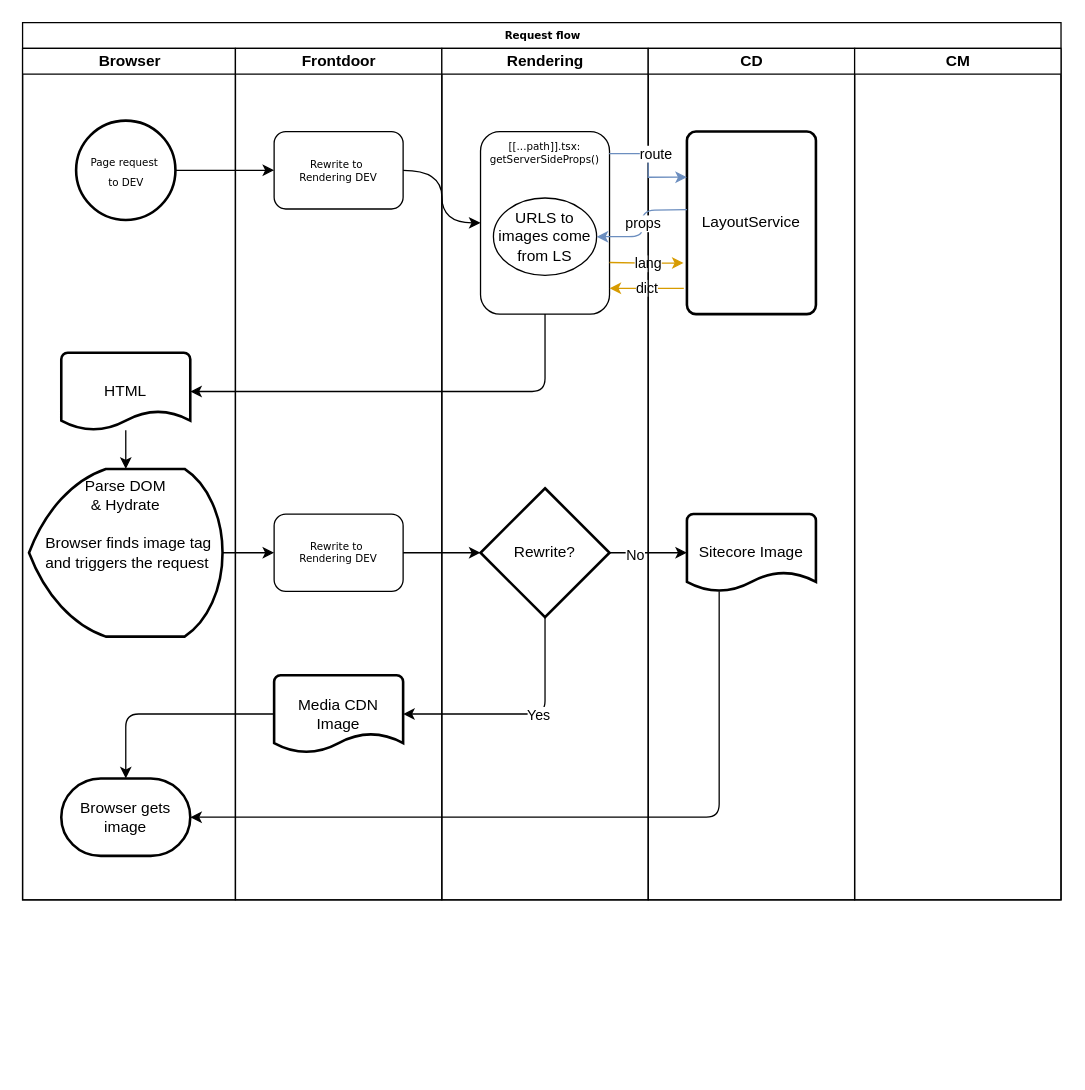
Earlier version of the draw.io diagram ZXP-media-urls-flow.drawio (orioltf/draw-io-charts). Source tidied: cells renumbered, new cells numbered last; positions are measured from the earlier drawing's top-left corner, leaving out a move shared by most shapes. Both pictures are drawn from the tidied source at 129%, with x=0, y=0 at pixel (22, 22).
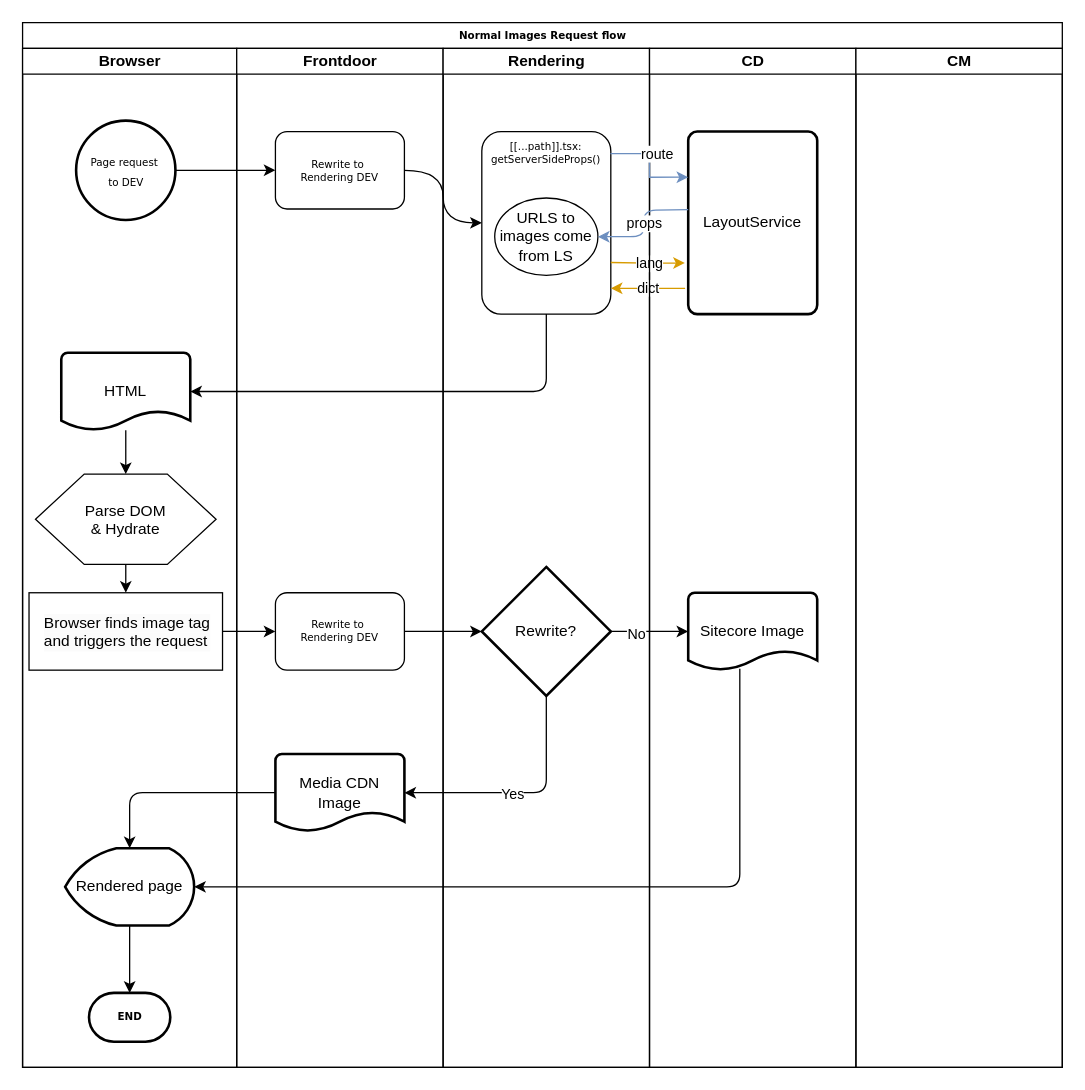
Above is the later version.

Commit message:
Fix Browser rendering process in ZXP-media-urls-flow.drawio

The change refers to these unchanged cells:
```xml
<mxCell id="5" value="HTML" style="strokeWidth=2;html=1;shape=mxgraph.flowchart.document2;whiteSpace=wrap;size=0.25;" parent="3" vertex="1">
  <mxGeometry x="30" y="236" width="100" height="60" as="geometry" />
</mxCell>
<mxCell id="36" style="edgeStyle=orthogonalEdgeStyle;rounded=1;jettySize=auto;html=1;entryX=1;entryY=0.5;entryDx=0;entryDy=0;entryPerimeter=0;exitX=0.5;exitY=1;exitDx=0;exitDy=0;exitPerimeter=0;curved=0;" parent="2" edge="1" source="22" target="14">
  <mxGeometry relative="1" as="geometry" />
</mxCell>
```

Diff of the diagram source:
```diff
@@
-    <mxCell id="2" value="Request flow" style="swimlane;html=1;startSize=20;rounded=0;shadow=0;labelBackgroundColor=none;strokeWidth=1;fontFamily=Verdana;fontSize=8;align=center;" parent="1" vertex="1">
-      <mxGeometry width="805" height="680" as="geometry" />
+    <mxCell id="2" value="Normal Images Request flow" style="swimlane;html=1;startSize=20;rounded=0;shadow=0;labelBackgroundColor=none;strokeWidth=1;fontFamily=Verdana;fontSize=8;align=center;" parent="1" vertex="1">
+      <mxGeometry width="806" height="810" as="geometry" />
     </mxCell>
     <mxCell id="3" value="Browser" style="swimlane;html=1;startSize=20;" parent="2" vertex="1">
-      <mxGeometry y="20" width="165" height="660" as="geometry" />
+      <mxGeometry y="20" width="166" height="790" as="geometry" />
     </mxCell>
@@
+    <mxCell id="42" style="edgeStyle=orthogonalEdgeStyle;rounded=0;jettySize=auto;html=1;entryX=0.5;entryY=0;entryDx=0;entryDy=0;fontFamily=Helvetica;fontSize=12;fontColor=default;" parent="3" edge="1" source="5" target="44">
+      <mxGeometry relative="1" as="geometry" />
+    </mxCell>
@@
-    <mxCell id="6" style="edgeStyle=orthogonalEdgeStyle;rounded=0;jettySize=auto;html=1;entryX=0.5;entryY=0;entryDx=0;entryDy=0;entryPerimeter=0;" parent="3" edge="1" source="5" target="8">
-      <mxGeometry relative="1" as="geometry" />
-    </mxCell>
-    <mxCell id="7" style="group;" parent="3" vertex="1">
-      <mxGeometry x="5" y="326" width="161" height="130" as="geometry" />
-    </mxCell>
+    <mxCell id="43" style="group;" parent="3" vertex="1">
+      <mxGeometry x="11" y="330" width="140" height="70" as="geometry" />
+    </mxCell>
+    <mxCell id="44" style="verticalLabelPosition=bottom;verticalAlign=top;html=1;shape=hexagon;perimeter=hexagonPerimeter2;arcSize=6;size=0.27;align=center;fontFamily=Helvetica;fontSize=12;fontColor=default;fillColor=none;gradientColor=none;" parent="43" vertex="1">
+      <mxGeometry x="-1" width="140" height="70" as="geometry" />
+    </mxCell>
-    <mxCell id="8" value="&lt;div&gt;&lt;span style=&quot;background-color: initial;&quot;&gt;Parse DOM&lt;/span&gt;&lt;br&gt;&lt;/div&gt;&lt;div&gt;&amp;amp; Hydrate&lt;/div&gt;" style="strokeWidth=2;html=1;shape=mxgraph.flowchart.display;whiteSpace=wrap;verticalAlign=top;" parent="7" vertex="1">
-      <mxGeometry width="150" height="130" as="geometry" />
+    <mxCell id="8" value="&lt;div&gt;&lt;span style=&quot;background-color: initial;&quot;&gt;Parse DOM&lt;/span&gt;&lt;br&gt;&lt;/div&gt;&lt;div&gt;&amp;amp; Hydrate&lt;/div&gt;" style="whiteSpace=wrap;html=1;align=center;verticalAlign=top;fontFamily=Helvetica;fontSize=12;fontColor=default;fillColor=none;gradientColor=none;strokeColor=none;" parent="43" vertex="1">
+      <mxGeometry x="29" y="15" width="80" height="40" as="geometry" />
     </mxCell>
+    <mxCell id="45" style="edgeStyle=orthogonalEdgeStyle;rounded=0;jettySize=auto;html=1;fontFamily=Helvetica;fontSize=12;fontColor=default;" parent="3" edge="1" source="44" target="47">
+      <mxGeometry relative="1" as="geometry" />
+    </mxCell>
+    <mxCell id="46" style="group;rounded=1;" parent="3" vertex="1">
+      <mxGeometry x="6" y="422" width="150" height="60" as="geometry" />
+    </mxCell>
+    <mxCell id="47" style="whiteSpace=wrap;html=1;verticalAlign=top;fillColor=none;arcSize=6;gradientColor=none;" parent="46" vertex="1">
+      <mxGeometry x="-1" width="150" height="60" as="geometry" />
+    </mxCell>
-    <mxCell id="9" value="Browser finds image tag&lt;div&gt;and triggers the request&lt;/div&gt;" style="text;html=1;align=left;verticalAlign=middle;strokeColor=none;fillColor=none;" parent="7" vertex="1">
-      <mxGeometry x="11" y="45" width="150" height="40" as="geometry" />
+    <mxCell id="9" value="&lt;span style=&quot;color: rgb(0, 0, 0); font-family: Helvetica; font-size: 12px; font-style: normal; font-variant-ligatures: normal; font-variant-caps: normal; font-weight: 400; letter-spacing: normal; orphans: 2; text-align: left; text-indent: 0px; text-transform: none; widows: 2; word-spacing: 0px; -webkit-text-stroke-width: 0px; white-space: nowrap; background-color: rgb(251, 251, 251); text-decoration-thickness: initial; text-decoration-style: initial; text-decoration-color: initial; display: inline !important; float: none;&quot;&gt;Browser finds image tag&lt;/span&gt;&lt;div style=&quot;forced-color-adjust: none; color: rgb(0, 0, 0); font-family: Helvetica; font-size: 12px; font-style: normal; font-variant-ligatures: normal; font-variant-caps: normal; font-weight: 400; letter-spacing: normal; orphans: 2; text-align: left; text-indent: 0px; text-transform: none; widows: 2; word-spacing: 0px; -webkit-text-stroke-width: 0px; white-space: nowrap; background-color: rgb(251, 251, 251); text-decoration-thickness: initial; text-decoration-style: initial; text-decoration-color: initial;&quot;&gt;and triggers the request&lt;/div&gt;" style="text;whiteSpace=wrap;html=1;fontFamily=Helvetica;fontSize=12;fontColor=default;" parent="46" vertex="1">
+      <mxGeometry x="9" y="10" width="130" height="40" as="geometry" />
     </mxCell>
-    <mxCell id="10" value="Browser gets&lt;div&gt;image&lt;/div&gt;" style="strokeWidth=2;html=1;shape=mxgraph.flowchart.terminator;whiteSpace=wrap;" parent="3" vertex="1">
-      <mxGeometry x="30" y="566" width="100" height="60" as="geometry" />
-    </mxCell>
+    <mxCell id="48" value="Rendered page" style="strokeWidth=2;html=1;shape=mxgraph.flowchart.display;whiteSpace=wrap;align=center;verticalAlign=middle;fontFamily=Helvetica;fontSize=12;fontColor=default;fillColor=none;gradientColor=none;" parent="3" vertex="1">
+      <mxGeometry x="33" y="620" width="100" height="60" as="geometry" />
+    </mxCell>
+    <mxCell id="49" value="END" style="strokeWidth=2;html=1;shape=mxgraph.flowchart.terminator;whiteSpace=wrap;rounded=1;shadow=0;align=center;verticalAlign=middle;fontFamily=Verdana;fontSize=8;fontColor=default;fontStyle=1;labelBackgroundColor=none;fillColor=default;" parent="3" vertex="1">
+      <mxGeometry x="51.5" y="732.2" width="63" height="37.8" as="geometry" />
+    </mxCell>
+    <mxCell id="50" style="edgeStyle=orthogonalEdgeStyle;rounded=1;jettySize=auto;html=1;exitX=0.5;exitY=1;exitDx=0;exitDy=0;exitPerimeter=0;entryX=0.5;entryY=0;entryDx=0;entryDy=0;entryPerimeter=0;fontFamily=Verdana;fontSize=8;fontColor=default;fontStyle=1;labelBackgroundColor=none;" parent="3" edge="1" source="48" target="49">
+      <mxGeometry relative="1" as="geometry" />
+    </mxCell>
     <mxCell id="11" value="Frontdoor" style="swimlane;html=1;startSize=20;" parent="2" vertex="1">
-      <mxGeometry x="165" y="20" width="160" height="660" as="geometry" />
+      <mxGeometry x="166" y="20" width="160" height="790" as="geometry" />
     </mxCell>
@@
     <mxCell id="13" value="Rewrite to&amp;nbsp;&lt;div&gt;Rendering DEV&lt;/div&gt;" style="rounded=1;whiteSpace=wrap;html=1;shadow=0;labelBackgroundColor=none;strokeWidth=1;fontFamily=Verdana;fontSize=8;align=center;" parent="11" vertex="1">
-      <mxGeometry x="30" y="361" width="100" height="60" as="geometry" />
+      <mxGeometry x="30" y="422" width="100" height="60" as="geometry" />
     </mxCell>
     <mxCell id="14" value="Media CDN Image" style="strokeWidth=2;html=1;shape=mxgraph.flowchart.document2;whiteSpace=wrap;size=0.25;" parent="11" vertex="1">
-      <mxGeometry x="30" y="486" width="100" height="60" as="geometry" />
+      <mxGeometry x="30" y="547" width="100" height="60" as="geometry" />
     </mxCell>
     <mxCell id="15" value="Rendering" style="swimlane;html=1;startSize=20;" parent="2" vertex="1">
-      <mxGeometry x="325" y="20" width="160" height="660" as="geometry" />
+      <mxGeometry x="326" y="20" width="160" height="790" as="geometry" />
     </mxCell>
@@
     <mxCell id="22" value="Rewrite?" style="strokeWidth=2;html=1;shape=mxgraph.flowchart.decision;whiteSpace=wrap;" parent="15" vertex="1">
-      <mxGeometry x="30" y="341" width="100" height="100" as="geometry" />
+      <mxGeometry x="30" y="402" width="100" height="100" as="geometry" />
     </mxCell>
     <mxCell id="23" value="CD" style="swimlane;html=1;startSize=20;" parent="2" vertex="1">
-      <mxGeometry x="485" y="20" width="160" height="660" as="geometry" />
+      <mxGeometry x="486" y="20" width="160" height="790" as="geometry" />
     </mxCell>
@@
     <mxCell id="27" value="Sitecore Image" style="strokeWidth=2;html=1;shape=mxgraph.flowchart.document2;whiteSpace=wrap;size=0.25;" parent="23" vertex="1">
-      <mxGeometry x="30" y="361" width="100" height="60" as="geometry" />
+      <mxGeometry x="30" y="422" width="100" height="60" as="geometry" />
     </mxCell>
     <mxCell id="28" value="CM" style="swimlane;html=1;startSize=20;" parent="2" vertex="1">
-      <mxGeometry x="645" y="20" width="160" height="660" as="geometry" />
+      <mxGeometry x="646" y="20" width="160" height="790" as="geometry" />
     </mxCell>
@@
-    <mxCell id="34" style="edgeStyle=orthogonalEdgeStyle;rounded=0;jettySize=auto;html=1;entryX=0;entryY=0.5;entryDx=0;entryDy=0;" parent="2" edge="1" source="8" target="13">
-      <mxGeometry relative="1" as="geometry" />
-    </mxCell>
@@
     <mxCell id="37" value="Yes" style="edgeLabel;html=1;align=center;verticalAlign=middle;" parent="36" vertex="1">
-      <mxGeometry x="-0.12" relative="1" as="geometry" />
+      <mxGeometry x="-0.12" relative="1" as="geometry">
+        <mxPoint x="-21" as="offset" />
+      </mxGeometry>
     </mxCell>
-    <mxCell id="38" style="edgeStyle=orthogonalEdgeStyle;rounded=1;jettySize=auto;html=1;entryX=0.5;entryY=0;entryDx=0;entryDy=0;entryPerimeter=0;curved=0;" parent="2" edge="1" source="14" target="10">
-      <mxGeometry relative="1" as="geometry" />
-    </mxCell>
@@
-    <mxCell id="41" style="edgeStyle=orthogonalEdgeStyle;rounded=1;jettySize=auto;html=1;entryX=1;entryY=0.5;entryDx=0;entryDy=0;entryPerimeter=0;exitX=0.25;exitY=1;exitDx=0;exitDy=0;exitPerimeter=0;curved=0;" parent="2" edge="1" source="27" target="10">
-      <mxGeometry relative="1" as="geometry" />
-    </mxCell>
+    <mxCell id="51" style="edgeStyle=orthogonalEdgeStyle;rounded=0;jettySize=auto;html=1;exitX=1;exitY=0.5;exitDx=0;exitDy=0;entryX=0;entryY=0.5;entryDx=0;entryDy=0;fontFamily=Helvetica;fontSize=12;fontColor=default;" parent="2" edge="1" source="47" target="13">
+      <mxGeometry relative="1" as="geometry" />
+    </mxCell>
+    <mxCell id="52" style="edgeStyle=orthogonalEdgeStyle;rounded=1;jettySize=auto;html=1;entryX=0.5;entryY=0;entryDx=0;entryDy=0;entryPerimeter=0;fontFamily=Helvetica;fontSize=12;fontColor=default;curved=0;" parent="2" edge="1" source="14" target="48">
+      <mxGeometry relative="1" as="geometry" />
+    </mxCell>
+    <mxCell id="53" style="edgeStyle=orthogonalEdgeStyle;rounded=1;jettySize=auto;html=1;entryX=1;entryY=0.5;entryDx=0;entryDy=0;entryPerimeter=0;fontFamily=Helvetica;fontSize=12;fontColor=default;exitX=0.4;exitY=0.983;exitDx=0;exitDy=0;exitPerimeter=0;curved=0;" parent="2" edge="1" source="27" target="48">
+      <mxGeometry relative="1" as="geometry" />
+    </mxCell>
```
